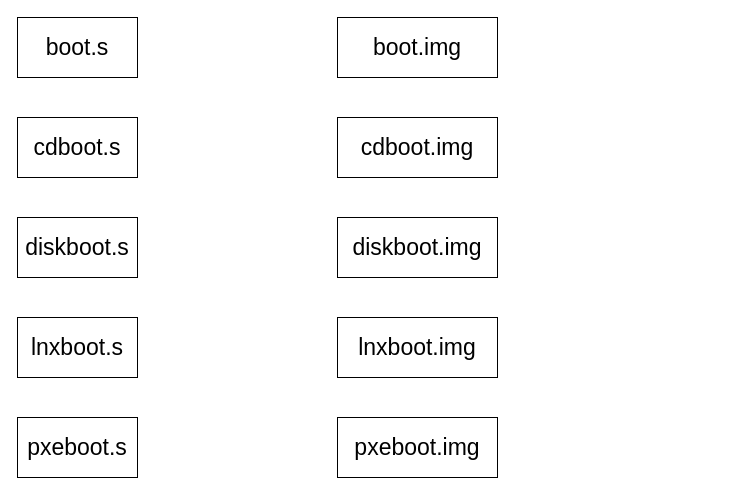
This is grub源码阅读.drawio from wbzzx-bb/wb-linux, a draw.io file, before an edit. Source tidied: cells renumbered, new cells numbered last; positions are measured from the earlier drawing's top-left corner, leaving out a move shared by most shapes. Both pictures are drawn from the tidied source at 100%, with x=0, y=0 at pixel (17, 17).
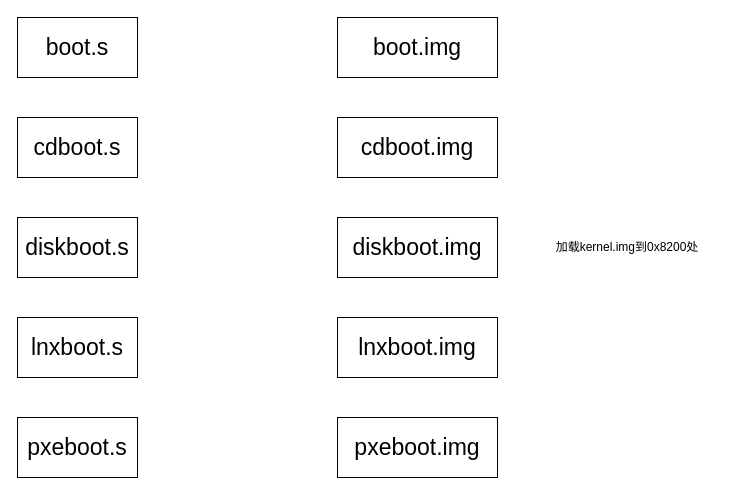
The same diagram, later.

Commit message:
更新grub源码阅读.drawio

The edit, as a diff of the source:
```diff
@@
 <mxGraphModel>
   <root>
     <mxCell id="0" />
     <mxCell id="1" parent="0" />
     <mxCell id="2" value="&lt;font style=&quot;font-size: 23px;&quot;&gt;boot.s&lt;/font&gt;" style="rounded=0;whiteSpace=wrap;html=1;" parent="1" vertex="1">
       <mxGeometry width="120" height="60" as="geometry" />
     </mxCell>
     <mxCell id="3" value="&lt;font style=&quot;font-size: 23px;&quot;&gt;boot.img&lt;/font&gt;" style="rounded=0;whiteSpace=wrap;html=1;" parent="1" vertex="1">
       <mxGeometry x="320" width="160" height="60" as="geometry" />
     </mxCell>
     <mxCell id="4" value="&lt;font style=&quot;font-size: 23px;&quot;&gt;cdboot.s&lt;/font&gt;" style="rounded=0;whiteSpace=wrap;html=1;" parent="1" vertex="1">
       <mxGeometry y="100" width="120" height="60" as="geometry" />
     </mxCell>
     <mxCell id="5" value="&lt;font style=&quot;font-size: 23px;&quot;&gt;diskboot.s&lt;/font&gt;" style="rounded=0;whiteSpace=wrap;html=1;" parent="1" vertex="1">
       <mxGeometry y="200" width="120" height="60" as="geometry" />
     </mxCell>
     <mxCell id="6" value="&lt;font style=&quot;font-size: 23px;&quot;&gt;lnxboot.s&lt;/font&gt;" style="rounded=0;whiteSpace=wrap;html=1;" parent="1" vertex="1">
       <mxGeometry y="300" width="120" height="60" as="geometry" />
     </mxCell>
     <mxCell id="7" value="&lt;font style=&quot;font-size: 23px;&quot;&gt;pxeboot.s&lt;/font&gt;" style="rounded=0;whiteSpace=wrap;html=1;" parent="1" vertex="1">
       <mxGeometry y="400" width="120" height="60" as="geometry" />
     </mxCell>
     <mxCell id="8" value="&lt;font style=&quot;font-size: 23px;&quot;&gt;cdboot.img&lt;/font&gt;" style="rounded=0;whiteSpace=wrap;html=1;" parent="1" vertex="1">
       <mxGeometry x="320" y="100" width="160" height="60" as="geometry" />
     </mxCell>
     <mxCell id="9" value="&lt;font style=&quot;font-size: 23px;&quot;&gt;diskboot.img&lt;/font&gt;" style="rounded=0;whiteSpace=wrap;html=1;" parent="1" vertex="1">
       <mxGeometry x="320" y="200" width="160" height="60" as="geometry" />
     </mxCell>
     <mxCell id="10" value="&lt;font style=&quot;font-size: 23px;&quot;&gt;lnxboot.img&lt;/font&gt;" style="rounded=0;whiteSpace=wrap;html=1;" parent="1" vertex="1">
       <mxGeometry x="320" y="300" width="160" height="60" as="geometry" />
     </mxCell>
     <mxCell id="11" value="&lt;font style=&quot;font-size: 23px;&quot;&gt;pxeboot.img&lt;/font&gt;" style="rounded=0;whiteSpace=wrap;html=1;" parent="1" vertex="1">
       <mxGeometry x="320" y="400" width="160" height="60" as="geometry" />
     </mxCell>
+    <mxCell id="12" value="加载kernel.img到0x8200处" style="text;html=1;align=center;verticalAlign=middle;whiteSpace=wrap;rounded=0;" parent="1" vertex="1">
+      <mxGeometry x="520" y="215" width="180" height="30" as="geometry" />
+    </mxCell>
   </root>
 </mxGraphModel>
```
